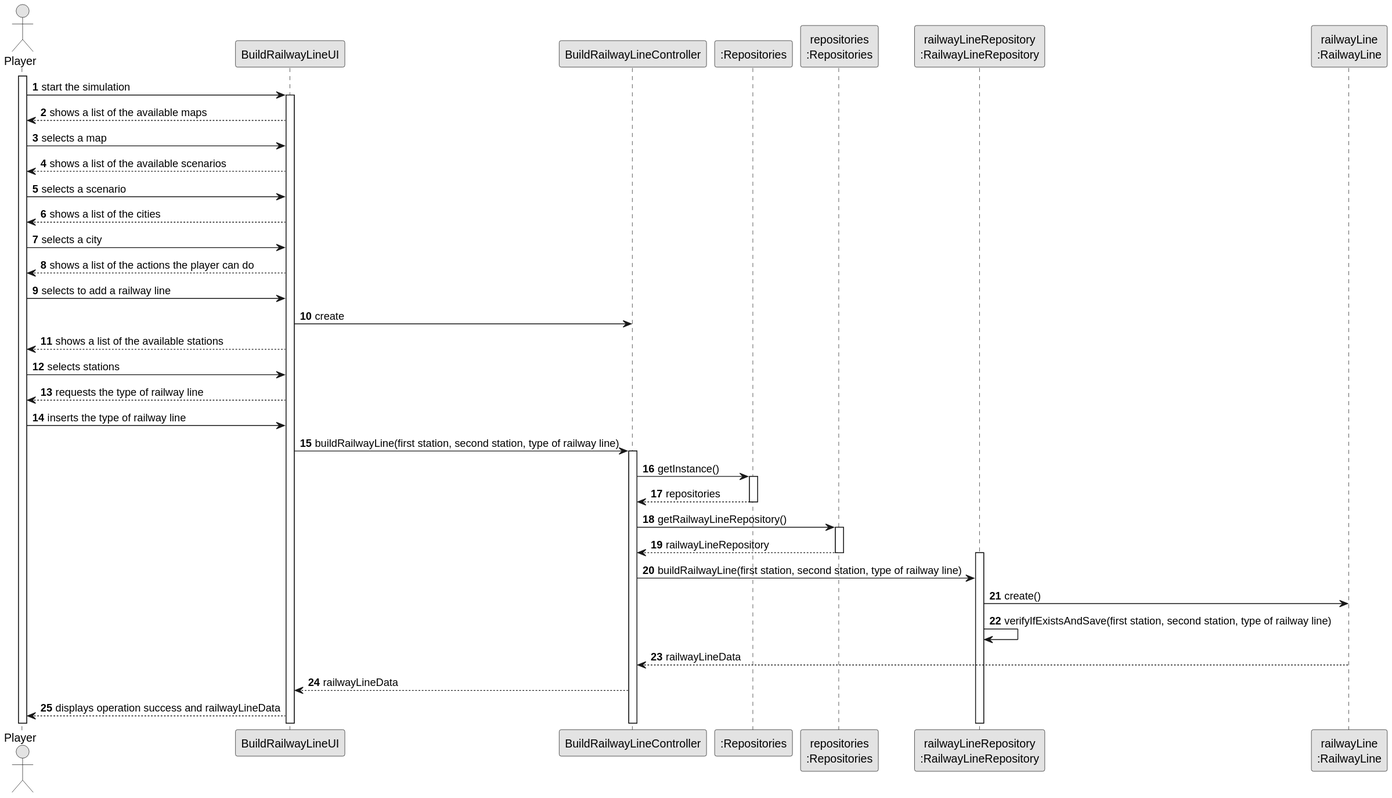
Earlier version of the PlantUML export docs/sprint2/us008/03.design/svg/us008-sequence-diagram-full.svg (ivasduarte/all-aboard).
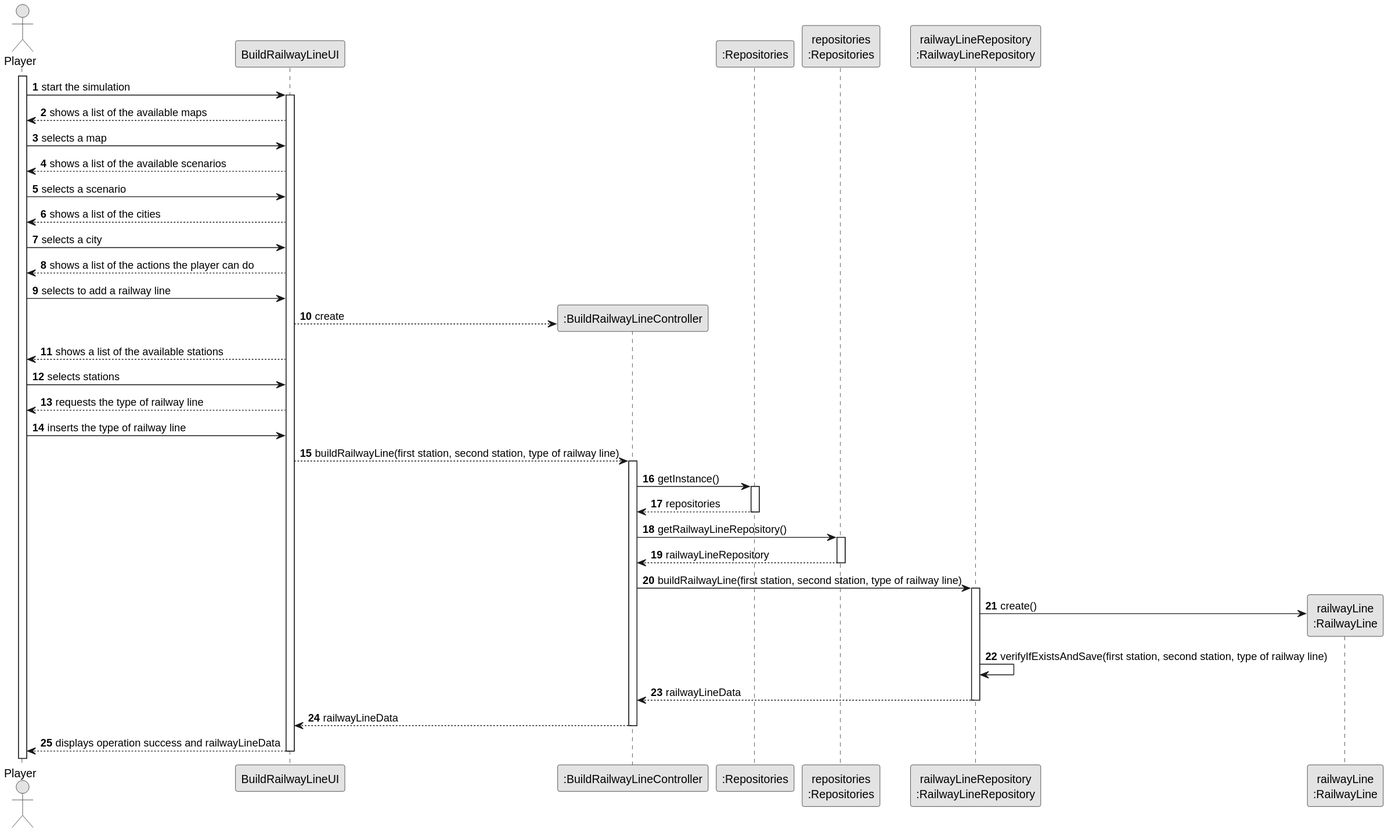
Above is the later version.

Change to the diagram source:
```diff
@@ -7,11 +7,6 @@
 
 actor "Player" as Editor
 participant "BuildRailwayLineUI" as UI
-participant "BuildRailwayLineController" as CTRL
-participant ":Repositories" as RepositorySingleton
-participant "repositories\n:Repositories" as PLAT
-participant "railwayLineRepository\n:RailwayLineRepository" as railwayLineRepository
-participant "railwayLine\n:RailwayLine" as RailwayLine
 
 activate Editor
 
@@ -27,14 +22,19 @@
 UI --> Editor : shows a list of the actions the player can do
 Editor -> UI : selects to add a railway line
 
-UI -> CTRL : create
+create ":BuildRailwayLineController" as CTRL
+UI --> CTRL : create
+
+participant ":Repositories" as RepositorySingleton
+participant "repositories\n:Repositories" as PLAT
+participant "railwayLineRepository\n:RailwayLineRepository" as railwayLineRepository
 
 UI --> Editor : shows a list of the available stations
 Editor -> UI : selects stations
 UI --> Editor : requests the type of railway line
 Editor -> UI : inserts the type of railway line
 
-UI -> CTRL : buildRailwayLine(first station, second station, type of railway line)
+UI --> CTRL : buildRailwayLine(first station, second station, type of railway line)
 activate CTRL
 
 CTRL -> RepositorySingleton : getInstance()
@@ -47,13 +47,19 @@
 PLAT --> CTRL : railwayLineRepository
 deactivate PLAT
 
+CTRL -> railwayLineRepository : buildRailwayLine(first station, second station, type of railway line)
 activate railwayLineRepository
-CTRL -> railwayLineRepository : buildRailwayLine(first station, second station, type of railway line)
 
+create "railwayLine\n:RailwayLine" as RailwayLine
 railwayLineRepository -> RailwayLine : create()
 railwayLineRepository -> railwayLineRepository : verifyIfExistsAndSave(first station, second station, type of railway line)
 
-RailwayLine --> CTRL : railwayLineData
+railwayLineRepository --> CTRL : railwayLineData
+deactivate railwayLineRepository
+
 CTRL --> UI : railwayLineData
+deactivate CTRL
+
 UI --> Editor : displays operation success and railwayLineData
+deactivate UI
 @enduml
```
